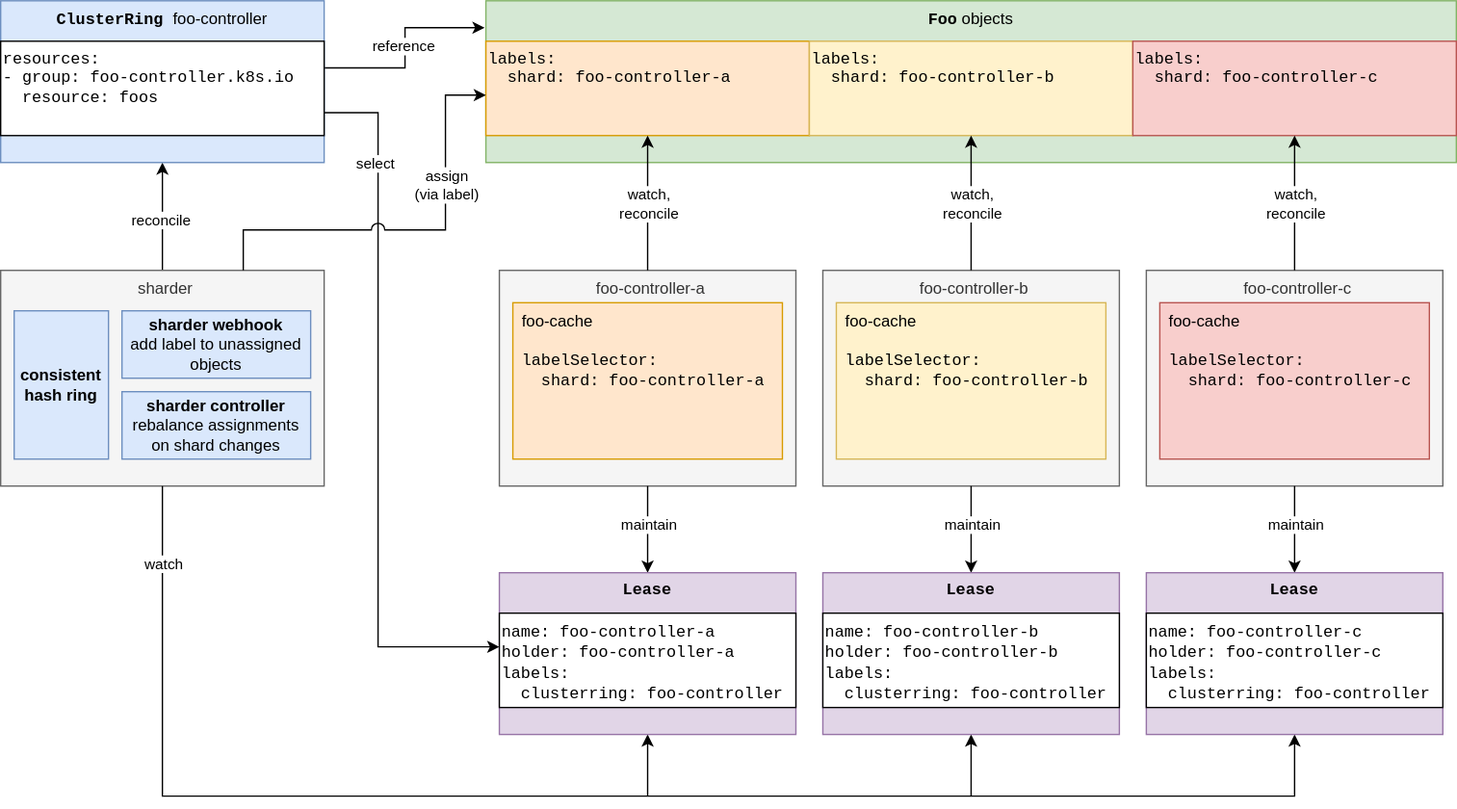
Earlier version of the draw.io export docs/assets/architecture.svg (timebertt/kubernetes-controller-sharding). Source tidied: cells renumbered, new cells last; positions are measured from the earlier drawing's top-left corner, leaving out a move shared by most shapes.
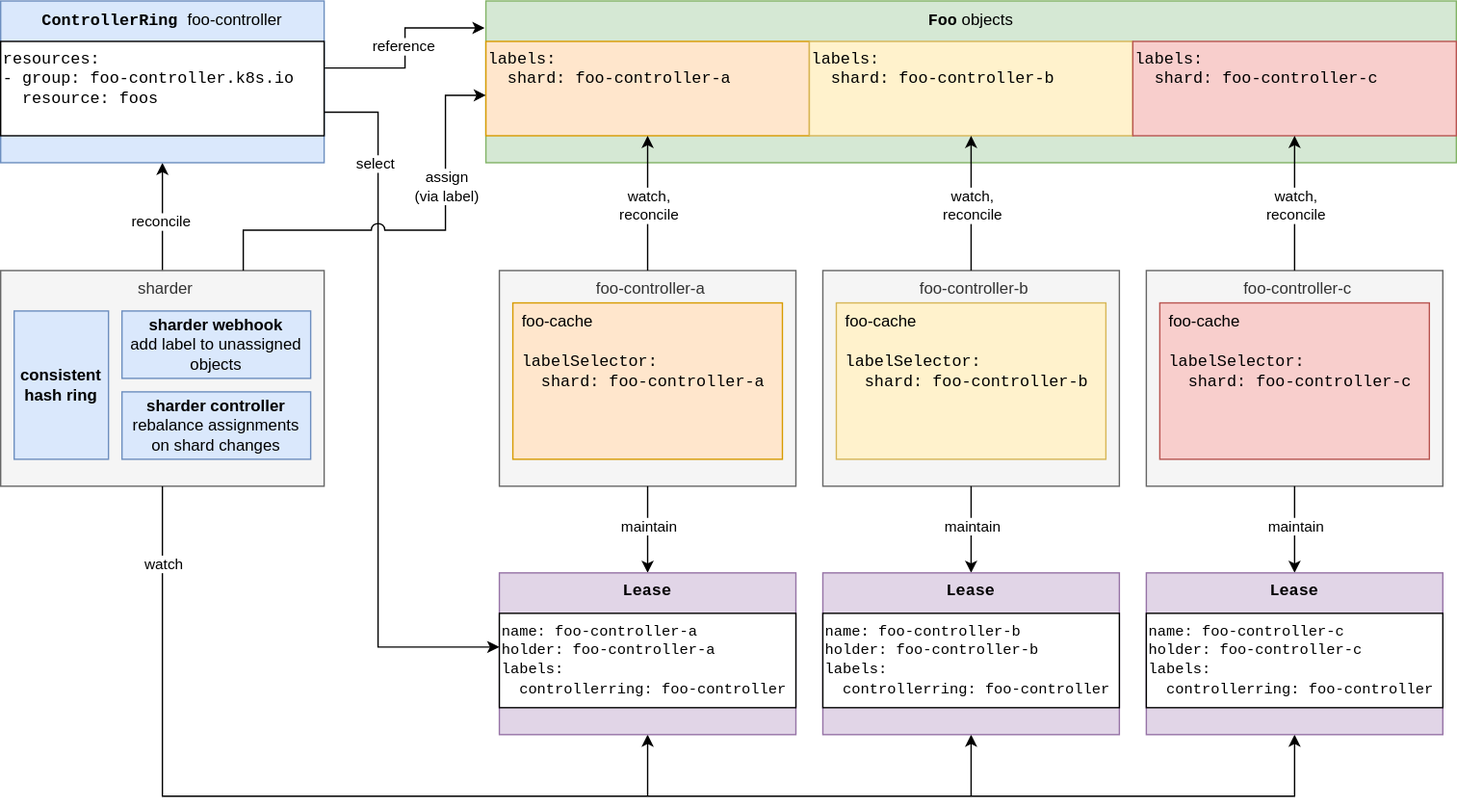
After the commit.

What changed in the source:
```diff
@@ -88,7 +88,7 @@
         <mxPoint y="-7" as="offset" />
       </mxGeometry>
     </mxCell>
-    <mxCell id="22" value="&lt;b style=&quot;font-family: &amp;quot;Courier New&amp;quot;;&quot;&gt;ClusterRing &lt;/b&gt;foo-controller" style="rounded=0;whiteSpace=wrap;html=1;fillColor=#dae8fc;strokeColor=#6c8ebf;verticalAlign=top;" parent="1" vertex="1">
+    <mxCell id="22" value="&lt;b style=&quot;font-family: &amp;quot;Courier New&amp;quot;;&quot;&gt;ControllerRing &lt;/b&gt;foo-controller" style="rounded=0;whiteSpace=wrap;html=1;fillColor=#dae8fc;strokeColor=#6c8ebf;verticalAlign=top;" parent="1" vertex="1">
       <mxGeometry width="240" height="120" as="geometry" />
     </mxCell>
     <mxCell id="23" value="resources:&lt;br&gt;- group: foo-controller.k8s.io&lt;br&gt;&amp;nbsp; resource: foos" style="rounded=0;whiteSpace=wrap;html=1;fontFamily=Courier New;align=left;verticalAlign=top;" parent="1" vertex="1">
@@ -109,7 +109,7 @@
         <mxPoint x="-5" y="-361" as="offset" />
       </mxGeometry>
     </mxCell>
-    <mxCell id="26" value="&lt;span style=&quot;font-family: &amp;quot;Courier New&amp;quot;;&quot;&gt;name: foo-controller-a&lt;/span&gt;&lt;br style=&quot;font-family: &amp;quot;Courier New&amp;quot;;&quot;&gt;&lt;span style=&quot;font-family: &amp;quot;Courier New&amp;quot;;&quot;&gt;holder: foo-controller-a&lt;br&gt;labels:&lt;br&gt;&amp;nbsp; clusterring: foo-controller&lt;br&gt;&lt;/span&gt;" style="rounded=0;whiteSpace=wrap;html=1;fontFamily=Helvetica;verticalAlign=top;align=left;" parent="1" vertex="1">
+    <mxCell id="26" value="&lt;span style=&quot;font-family: &amp;quot;Courier New&amp;quot;; font-size: 11px;&quot;&gt;name: foo-controller-a&lt;/span&gt;&lt;br style=&quot;font-family: &amp;quot;Courier New&amp;quot;; font-size: 11px;&quot;&gt;&lt;span style=&quot;font-family: &amp;quot;Courier New&amp;quot;; font-size: 11px;&quot;&gt;holder: foo-controller-a&lt;br style=&quot;font-size: 11px;&quot;&gt;labels:&lt;br style=&quot;font-size: 11px;&quot;&gt;&amp;nbsp; controllerring: foo-controller&lt;br style=&quot;font-size: 11px;&quot;&gt;&lt;/span&gt;" style="rounded=0;whiteSpace=wrap;html=1;fontFamily=Helvetica;verticalAlign=top;align=left;fontSize=11;" parent="1" vertex="1">
       <mxGeometry x="370" y="454.3" width="220" height="70" as="geometry" />
     </mxCell>
     <mxCell id="27" value="&lt;b&gt;sharder webhook&lt;/b&gt;&lt;br&gt;add label to unassigned objects" style="rounded=0;whiteSpace=wrap;html=1;fontFamily=Helvetica;fillColor=#dae8fc;strokeColor=#6c8ebf;" parent="1" vertex="1">
@@ -175,7 +175,7 @@
         <mxPoint x="1" y="8" as="offset" />
       </mxGeometry>
     </mxCell>
-    <mxCell id="41" value="&lt;span style=&quot;font-family: &amp;quot;Courier New&amp;quot;;&quot;&gt;name: foo-controller-b&lt;/span&gt;&lt;br style=&quot;font-family: &amp;quot;Courier New&amp;quot;;&quot;&gt;&lt;span style=&quot;font-family: &amp;quot;Courier New&amp;quot;;&quot;&gt;holder: foo-controller-b&lt;br&gt;labels:&lt;br&gt;&amp;nbsp; clusterring: foo-controller&lt;br&gt;&lt;/span&gt;" style="rounded=0;whiteSpace=wrap;html=1;fontFamily=Helvetica;verticalAlign=top;align=left;" parent="1" vertex="1">
+    <mxCell id="41" value="&lt;span style=&quot;font-family: &amp;quot;Courier New&amp;quot;; font-size: 11px;&quot;&gt;name: foo-controller-b&lt;/span&gt;&lt;br style=&quot;font-family: &amp;quot;Courier New&amp;quot;; font-size: 11px;&quot;&gt;&lt;font face=&quot;Courier New&quot; style=&quot;font-size: 11px;&quot;&gt;holder: foo-controller-b&lt;/font&gt;&lt;br style=&quot;font-size: 11px;&quot;&gt;&lt;font face=&quot;Courier New&quot; style=&quot;font-size: 11px;&quot;&gt;labels:&lt;/font&gt;&lt;br style=&quot;font-size: 11px;&quot;&gt;&lt;font face=&quot;Courier New&quot; style=&quot;font-size: 11px;&quot;&gt;&amp;nbsp; controllerring: foo-controller&lt;/font&gt;" style="rounded=0;whiteSpace=wrap;html=1;fontFamily=Helvetica;verticalAlign=top;align=left;fontSize=11;" parent="1" vertex="1">
       <mxGeometry x="610" y="454.3" width="220" height="70" as="geometry" />
     </mxCell>
     <mxCell id="42" value="foo-controller-c" style="rounded=0;whiteSpace=wrap;html=1;align=center;verticalAlign=top;spacingLeft=5;fillColor=#f5f5f5;fontColor=#333333;strokeColor=#666666;" parent="1" vertex="1">
@@ -203,7 +203,7 @@
         <mxPoint x="1" y="8" as="offset" />
       </mxGeometry>
     </mxCell>
-    <mxCell id="49" value="&lt;span style=&quot;font-family: &amp;quot;Courier New&amp;quot;;&quot;&gt;name: foo-controller-c&lt;/span&gt;&lt;br style=&quot;font-family: &amp;quot;Courier New&amp;quot;;&quot;&gt;&lt;span style=&quot;font-family: &amp;quot;Courier New&amp;quot;;&quot;&gt;holder: foo-controller-c&lt;br&gt;labels:&lt;br&gt;&amp;nbsp; clusterring: foo-controller&lt;br&gt;&lt;/span&gt;" style="rounded=0;whiteSpace=wrap;html=1;fontFamily=Helvetica;verticalAlign=top;align=left;" parent="1" vertex="1">
+    <mxCell id="49" value="&lt;span style=&quot;font-family: &amp;quot;Courier New&amp;quot;; font-size: 11px;&quot;&gt;name: foo-controller-c&lt;/span&gt;&lt;br style=&quot;font-family: &amp;quot;Courier New&amp;quot;; font-size: 11px;&quot;&gt;&lt;font face=&quot;Courier New&quot; style=&quot;font-size: 11px;&quot;&gt;holder: foo-controller-c&lt;/font&gt;&lt;br style=&quot;font-size: 11px;&quot;&gt;&lt;font face=&quot;Courier New&quot; style=&quot;font-size: 11px;&quot;&gt;labels:&lt;/font&gt;&lt;br style=&quot;font-size: 11px;&quot;&gt;&lt;font face=&quot;Courier New&quot; style=&quot;font-size: 11px;&quot;&gt;&amp;nbsp; controllerring: foo-controller&lt;/font&gt;" style="rounded=0;whiteSpace=wrap;html=1;fontFamily=Helvetica;verticalAlign=top;align=left;fontSize=11;" parent="1" vertex="1">
       <mxGeometry x="850" y="454.3" width="220" height="70" as="geometry" />
     </mxCell>
   </root>
```
